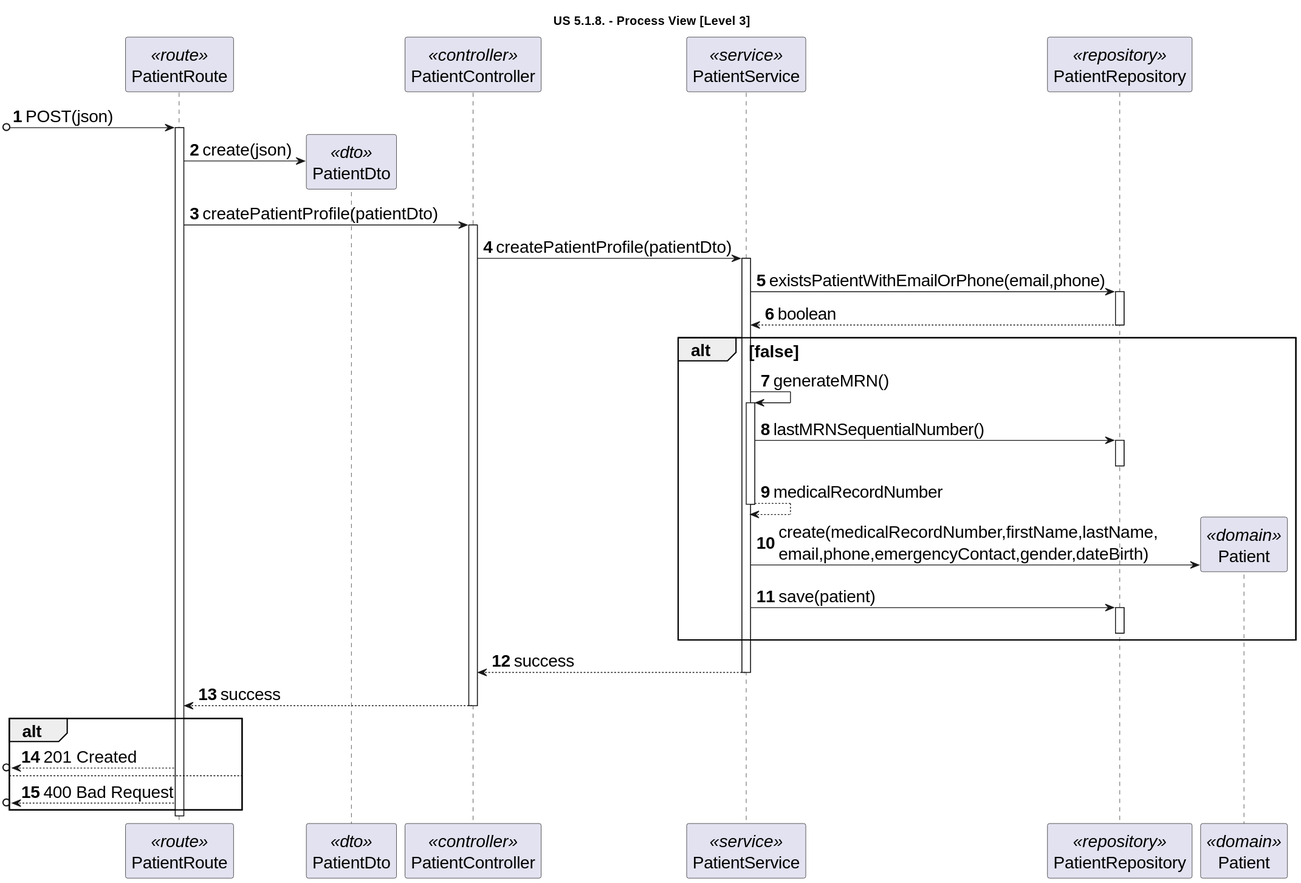
This is docs/sprint-1/1220841/us-5.1.8/diagrams/level-3-process-view.svg from rita-barbosa/LAPR5-2425, a PlantUML export, as it was before one commit. The source it was exported from:
```plantuml
@startuml
skinparamlocked defaultFontSize 20

title "US 5.1.8. - Process View [Level 3]"

autonumber
participant "PatientRoute" as ROUTE <<route>>
participant "PatientDto" as pat_dto <<dto>>
participant "PatientController" as CTRL <<controller>>
participant "PatientService" as SVC <<service>>
participant "PatientRepository" as REPO <<repository>>
participant "Patient" as pat <<domain>>


[o-> ROUTE: POST(json)
activate ROUTE

ROUTE -> pat_dto **: create(json)

ROUTE -> CTRL: createPatientProfile(patientDto)
activate CTRL

CTRL -> SVC: createPatientProfile(patientDto)
activate SVC

SVC -> REPO : existsPatientWithEmailOrPhone(email,phone)
activate REPO
REPO --> SVC : boolean
deactivate REPO

alt false

SVC -> SVC: generateMRN()
activate SVC

SVC -> REPO: lastMRNSequentialNumber()
activate REPO
deactivate REPO

SVC --> SVC: medicalRecordNumber
deactivate SVC

SVC -> pat **: create(medicalRecordNumber,firstName,lastName,\nemail,phone,emergencyContact,gender,dateBirth)

SVC -> REPO : save(patient)
activate REPO
deactivate REPO

end alt

SVC --> CTRL: success
deactivate SVC
CTRL --> ROUTE: success
deactivate CTRL

alt

[o<-- ROUTE: 201 Created

else

[o<-- ROUTE: 400 Bad Request

end alt

deactivate ROUTE
@enduml
```
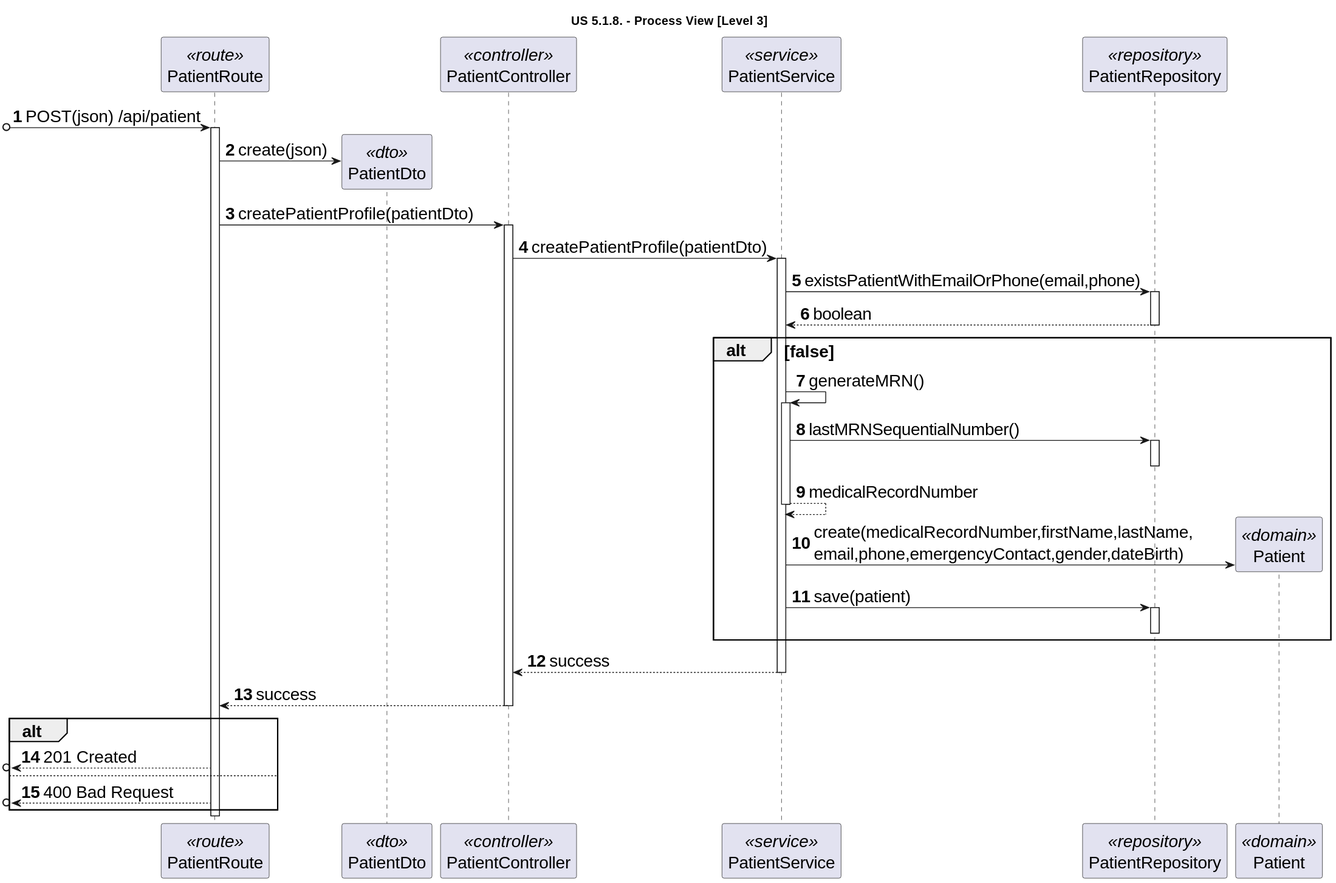
The same file after the commit.

Commit message:
DG38-185 | docs: updates diagrams to reflect route change.

The edit, as a diff of the source:
```diff
@@ -12,7 +12,7 @@
 participant "Patient" as pat <<domain>>
 
 
-[o-> ROUTE: POST(json)
+[o-> ROUTE: POST(json) /api/patient
 activate ROUTE
 
 ROUTE -> pat_dto **: create(json)
```
